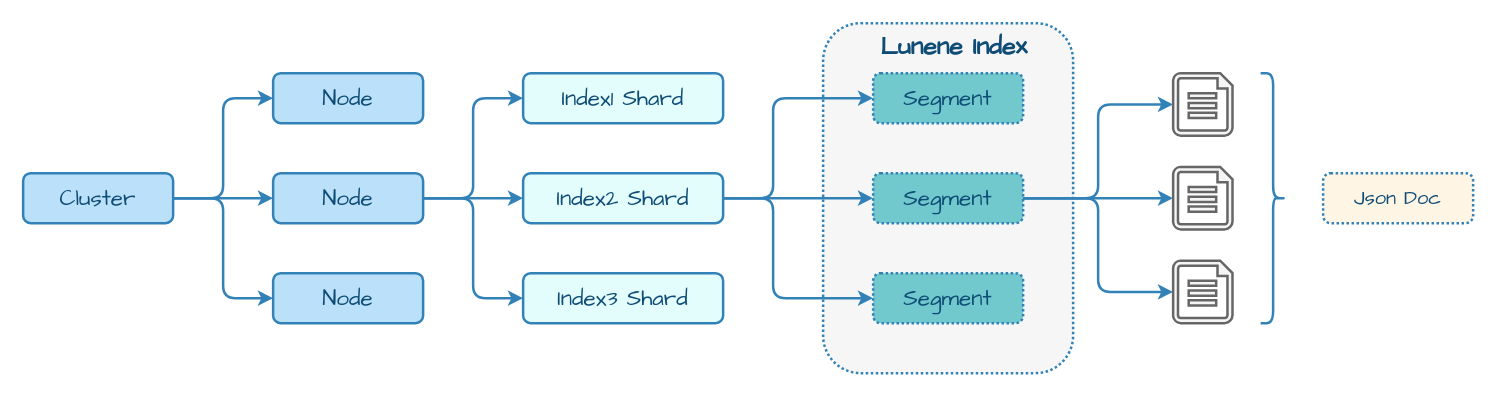
dunwu/waterdrop keeps this draw.io diagram as page "物理存储" (2 of 4) of assets/数据库/搜索引擎数据库/Elasticsearch_存储.drawio. Above is the earlier version. Source tidied: cells renumbered, new cells numbered last; positions are measured from the earlier drawing's top-left corner, leaving out a move shared by most shapes. Both pictures are drawn from the tidied source at 125%, with x=0, y=0 at pixel (22, 22).
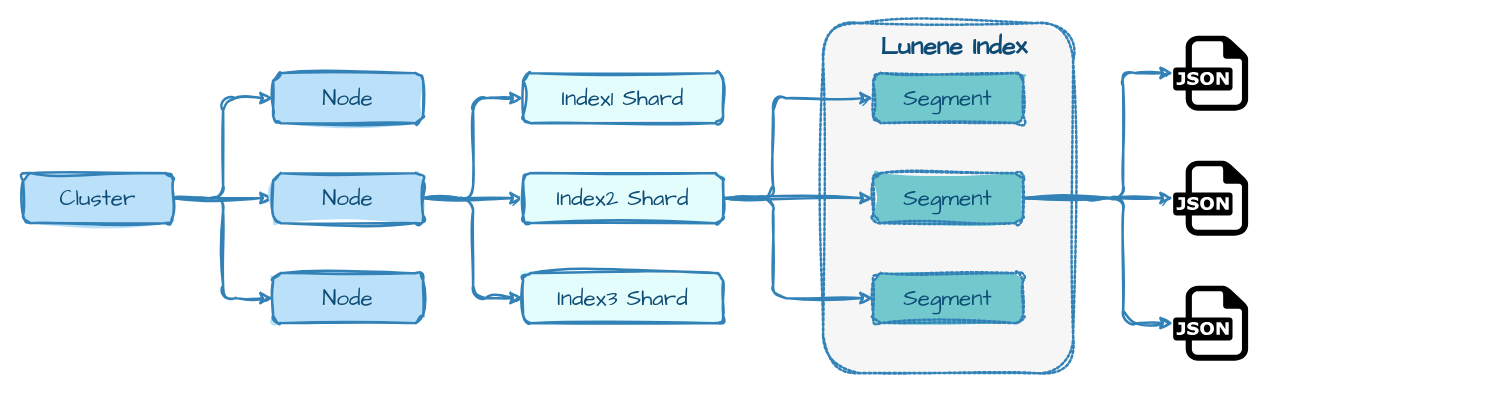
The same diagram, later.

Change to the diagram source:
```diff
@@
-    <mxCell id="2" value="Lunene Index" style="rounded=1;whiteSpace=wrap;html=1;strokeColor=#3282B8;fillColor=#F6F6F6;fontFamily=Comic Sans MS;fontStyle=1;fontColor=#0F4C75;shadow=0;fontSize=20;strokeWidth=2;dashed=1;dashPattern=1 1;align=center;verticalAlign=top;spacingLeft=10;" parent="1" vertex="1">
+    <mxCell id="2" value="Lunene Index" style="rounded=1;whiteSpace=wrap;html=1;strokeColor=#3282B8;fillColor=#F6F6F6;fontFamily=Comic Sans MS;fontStyle=1;fontColor=#0F4C75;shadow=0;fontSize=20;strokeWidth=2;dashed=1;dashPattern=1 1;align=center;verticalAlign=top;spacingLeft=10;sketch=1;curveFitting=1;jiggle=2;fillStyle=solid;" parent="1" vertex="1">
       <mxGeometry x="640" width="200" height="280" as="geometry" />
     </mxCell>
-    <mxCell id="3" style="edgeStyle=orthogonalEdgeStyle;shape=connector;rounded=1;jettySize=auto;html=1;labelBackgroundColor=default;strokeColor=#3282B8;strokeWidth=2;align=center;verticalAlign=middle;fontFamily=Comic Sans MS;fontSize=18;fontColor=#0F4C75;endArrow=classic;" parent="1" edge="1" source="6" target="12">
+    <mxCell id="3" style="edgeStyle=orthogonalEdgeStyle;shape=connector;rounded=1;jettySize=auto;html=1;labelBackgroundColor=default;strokeColor=#3282B8;strokeWidth=2;align=center;verticalAlign=middle;fontFamily=Comic Sans MS;fontSize=18;fontColor=#0F4C75;endArrow=classic;sketch=1;curveFitting=1;jiggle=2;" parent="1" edge="1" source="6" target="12">
       <mxGeometry relative="1" as="geometry" />
     </mxCell>
-    <mxCell id="4" style="edgeStyle=orthogonalEdgeStyle;shape=connector;rounded=1;jettySize=auto;html=1;entryX=0;entryY=0.5;entryDx=0;entryDy=0;labelBackgroundColor=default;strokeColor=#3282B8;strokeWidth=2;align=center;verticalAlign=middle;fontFamily=Comic Sans MS;fontSize=18;fontColor=#0F4C75;endArrow=classic;" parent="1" edge="1" source="6" target="14">
+    <mxCell id="4" style="edgeStyle=orthogonalEdgeStyle;shape=connector;rounded=1;jettySize=auto;html=1;entryX=0;entryY=0.5;entryDx=0;entryDy=0;labelBackgroundColor=default;strokeColor=#3282B8;strokeWidth=2;align=center;verticalAlign=middle;fontFamily=Comic Sans MS;fontSize=18;fontColor=#0F4C75;endArrow=classic;sketch=1;curveFitting=1;jiggle=2;" parent="1" edge="1" source="6" target="14">
       <mxGeometry relative="1" as="geometry" />
     </mxCell>
-    <mxCell id="5" style="edgeStyle=orthogonalEdgeStyle;shape=connector;rounded=1;jettySize=auto;html=1;entryX=0;entryY=0.5;entryDx=0;entryDy=0;labelBackgroundColor=default;strokeColor=#3282B8;strokeWidth=2;align=center;verticalAlign=middle;fontFamily=Comic Sans MS;fontSize=18;fontColor=#0F4C75;endArrow=classic;" parent="1" edge="1" source="6" target="13">
+    <mxCell id="5" style="edgeStyle=orthogonalEdgeStyle;shape=connector;rounded=1;jettySize=auto;html=1;entryX=0;entryY=0.5;entryDx=0;entryDy=0;labelBackgroundColor=default;strokeColor=#3282B8;strokeWidth=2;align=center;verticalAlign=middle;fontFamily=Comic Sans MS;fontSize=18;fontColor=#0F4C75;endArrow=classic;sketch=1;curveFitting=1;jiggle=2;" parent="1" edge="1" source="6" target="13">
       <mxGeometry relative="1" as="geometry" />
     </mxCell>
-    <mxCell id="6" value="Cluster" style="rounded=1;whiteSpace=wrap;html=1;shadow=0;strokeColor=#3282B8;strokeWidth=2;align=center;verticalAlign=middle;fontFamily=Comic Sans MS;fontSize=18;fontColor=#0F4C75;fillColor=#BBE1FA;" parent="1" vertex="1">
+    <mxCell id="6" value="Cluster" style="rounded=1;whiteSpace=wrap;html=1;shadow=0;strokeColor=#3282B8;strokeWidth=2;align=center;verticalAlign=middle;fontFamily=Comic Sans MS;fontSize=18;fontColor=#0F4C75;fillColor=#BBE1FA;sketch=1;curveFitting=1;jiggle=2;fillStyle=solid;" parent="1" vertex="1">
       <mxGeometry y="120" width="120" height="40" as="geometry" />
     </mxCell>
-    <mxCell id="7" style="edgeStyle=orthogonalEdgeStyle;shape=connector;rounded=1;jettySize=auto;html=1;entryX=0;entryY=0.5;entryDx=0;entryDy=0;labelBackgroundColor=default;strokeColor=#3282B8;strokeWidth=2;align=center;verticalAlign=middle;fontFamily=Comic Sans MS;fontSize=18;fontColor=#0F4C75;endArrow=classic;" parent="1" edge="1" source="17" target="21">
+    <mxCell id="7" style="edgeStyle=orthogonalEdgeStyle;shape=connector;rounded=1;jettySize=auto;html=1;entryX=0;entryY=0.5;entryDx=0;entryDy=0;labelBackgroundColor=default;strokeColor=#3282B8;strokeWidth=2;align=center;verticalAlign=middle;fontFamily=Comic Sans MS;fontSize=18;fontColor=#0F4C75;endArrow=classic;sketch=1;curveFitting=1;jiggle=2;" parent="1" edge="1" source="17" target="21">
       <mxGeometry relative="1" as="geometry">
         <Array as="points">
           <mxPoint x="600" y="140" />
           <mxPoint x="600" y="60" />
         </Array>
       </mxGeometry>
     </mxCell>
-    <mxCell id="8" value="Index1 Shard" style="rounded=1;whiteSpace=wrap;html=1;shadow=0;strokeColor=#3282B8;strokeWidth=2;align=center;verticalAlign=middle;spacing=20;fontFamily=Comic Sans MS;fontSize=18;fontColor=#0F4C75;fillColor=#E3FDFD;" parent="1" vertex="1">
+    <mxCell id="8" value="Index1 Shard" style="rounded=1;whiteSpace=wrap;html=1;shadow=0;strokeColor=#3282B8;strokeWidth=2;align=center;verticalAlign=middle;spacing=20;fontFamily=Comic Sans MS;fontSize=18;fontColor=#0F4C75;fillColor=#E3FDFD;sketch=1;curveFitting=1;jiggle=2;fillStyle=solid;" parent="1" vertex="1">
       <mxGeometry x="400" y="40" width="160" height="40" as="geometry" />
     </mxCell>
-    <mxCell id="9" style="edgeStyle=orthogonalEdgeStyle;shape=connector;rounded=1;jettySize=auto;html=1;entryX=0;entryY=0.5;entryDx=0;entryDy=0;labelBackgroundColor=default;strokeColor=#3282B8;strokeWidth=2;align=center;verticalAlign=middle;fontFamily=Comic Sans MS;fontSize=18;fontColor=#0F4C75;endArrow=classic;" parent="1" edge="1" source="12" target="8">
+    <mxCell id="9" style="edgeStyle=orthogonalEdgeStyle;shape=connector;rounded=1;jettySize=auto;html=1;entryX=0;entryY=0.5;entryDx=0;entryDy=0;labelBackgroundColor=default;strokeColor=#3282B8;strokeWidth=2;align=center;verticalAlign=middle;fontFamily=Comic Sans MS;fontSize=18;fontColor=#0F4C75;endArrow=classic;sketch=1;curveFitting=1;jiggle=2;" parent="1" edge="1" source="12" target="8">
       <mxGeometry relative="1" as="geometry" />
     </mxCell>
-    <mxCell id="10" style="edgeStyle=orthogonalEdgeStyle;shape=connector;rounded=1;jettySize=auto;html=1;entryX=0;entryY=0.5;entryDx=0;entryDy=0;labelBackgroundColor=default;strokeColor=#3282B8;strokeWidth=2;align=center;verticalAlign=middle;fontFamily=Comic Sans MS;fontSize=18;fontColor=#0F4C75;endArrow=classic;" parent="1" edge="1" source="12" target="18">
+    <mxCell id="10" style="edgeStyle=orthogonalEdgeStyle;shape=connector;rounded=1;jettySize=auto;html=1;entryX=0;entryY=0.5;entryDx=0;entryDy=0;labelBackgroundColor=default;strokeColor=#3282B8;strokeWidth=2;align=center;verticalAlign=middle;fontFamily=Comic Sans MS;fontSize=18;fontColor=#0F4C75;endArrow=classic;sketch=1;curveFitting=1;jiggle=2;" parent="1" edge="1" source="12" target="18">
       <mxGeometry relative="1" as="geometry" />
     </mxCell>
-    <mxCell id="11" style="edgeStyle=orthogonalEdgeStyle;shape=connector;rounded=1;jettySize=auto;html=1;entryX=0;entryY=0.5;entryDx=0;entryDy=0;labelBackgroundColor=default;strokeColor=#3282B8;strokeWidth=2;align=center;verticalAlign=middle;fontFamily=Comic Sans MS;fontSize=18;fontColor=#0F4C75;endArrow=classic;" parent="1" edge="1" source="12" target="17">
+    <mxCell id="11" style="edgeStyle=orthogonalEdgeStyle;shape=connector;rounded=1;jettySize=auto;html=1;entryX=0;entryY=0.5;entryDx=0;entryDy=0;labelBackgroundColor=default;strokeColor=#3282B8;strokeWidth=2;align=center;verticalAlign=middle;fontFamily=Comic Sans MS;fontSize=18;fontColor=#0F4C75;endArrow=classic;sketch=1;curveFitting=1;jiggle=2;" parent="1" edge="1" source="12" target="17">
       <mxGeometry relative="1" as="geometry" />
     </mxCell>
-    <mxCell id="12" value="Node" style="rounded=1;whiteSpace=wrap;html=1;shadow=0;strokeColor=#3282B8;strokeWidth=2;align=center;verticalAlign=middle;fontFamily=Comic Sans MS;fontSize=18;fontColor=#0F4C75;fillColor=#BBE1FA;" parent="1" vertex="1">
+    <mxCell id="12" value="Node" style="rounded=1;whiteSpace=wrap;html=1;shadow=0;strokeColor=#3282B8;strokeWidth=2;align=center;verticalAlign=middle;fontFamily=Comic Sans MS;fontSize=18;fontColor=#0F4C75;fillColor=#BBE1FA;sketch=1;curveFitting=1;jiggle=2;fillStyle=solid;" parent="1" vertex="1">
       <mxGeometry x="200" y="120" width="120" height="40" as="geometry" />
     </mxCell>
-    <mxCell id="13" value="Node" style="rounded=1;whiteSpace=wrap;html=1;shadow=0;strokeColor=#3282B8;strokeWidth=2;align=center;verticalAlign=middle;fontFamily=Comic Sans MS;fontSize=18;fontColor=#0F4C75;fillColor=#BBE1FA;" parent="1" vertex="1">
+    <mxCell id="13" value="Node" style="rounded=1;whiteSpace=wrap;html=1;shadow=0;strokeColor=#3282B8;strokeWidth=2;align=center;verticalAlign=middle;fontFamily=Comic Sans MS;fontSize=18;fontColor=#0F4C75;fillColor=#BBE1FA;sketch=1;curveFitting=1;jiggle=2;fillStyle=solid;" parent="1" vertex="1">
       <mxGeometry x="200" y="200" width="120" height="40" as="geometry" />
     </mxCell>
-    <mxCell id="14" value="Node" style="rounded=1;whiteSpace=wrap;html=1;shadow=0;strokeColor=#3282B8;strokeWidth=2;align=center;verticalAlign=middle;fontFamily=Comic Sans MS;fontSize=18;fontColor=#0F4C75;fillColor=#BBE1FA;" parent="1" vertex="1">
+    <mxCell id="14" value="Node" style="rounded=1;whiteSpace=wrap;html=1;shadow=0;strokeColor=#3282B8;strokeWidth=2;align=center;verticalAlign=middle;fontFamily=Comic Sans MS;fontSize=18;fontColor=#0F4C75;fillColor=#BBE1FA;sketch=1;curveFitting=1;jiggle=2;fillStyle=solid;" parent="1" vertex="1">
       <mxGeometry x="200" y="40" width="120" height="40" as="geometry" />
     </mxCell>
-    <mxCell id="15" style="edgeStyle=orthogonalEdgeStyle;shape=connector;rounded=1;jettySize=auto;html=1;entryX=0;entryY=0.5;entryDx=0;entryDy=0;labelBackgroundColor=default;strokeColor=#3282B8;strokeWidth=2;align=center;verticalAlign=middle;fontFamily=Comic Sans MS;fontSize=18;fontColor=#0F4C75;endArrow=classic;" parent="1" edge="1" source="17" target="20">
+    <mxCell id="15" style="edgeStyle=orthogonalEdgeStyle;shape=connector;rounded=1;jettySize=auto;html=1;entryX=0;entryY=0.5;entryDx=0;entryDy=0;labelBackgroundColor=default;strokeColor=#3282B8;strokeWidth=2;align=center;verticalAlign=middle;fontFamily=Comic Sans MS;fontSize=18;fontColor=#0F4C75;endArrow=classic;sketch=1;curveFitting=1;jiggle=2;" parent="1" edge="1" source="17" target="20">
       <mxGeometry relative="1" as="geometry" />
     </mxCell>
-    <mxCell id="16" style="edgeStyle=orthogonalEdgeStyle;shape=connector;rounded=1;jettySize=auto;html=1;entryX=0;entryY=0.5;entryDx=0;entryDy=0;labelBackgroundColor=default;strokeColor=#3282B8;strokeWidth=2;align=center;verticalAlign=middle;fontFamily=Comic Sans MS;fontSize=18;fontColor=#0F4C75;endArrow=classic;" parent="1" edge="1" source="17" target="19">
+    <mxCell id="16" style="edgeStyle=orthogonalEdgeStyle;shape=connector;rounded=1;jettySize=auto;html=1;entryX=0;entryY=0.5;entryDx=0;entryDy=0;labelBackgroundColor=default;strokeColor=#3282B8;strokeWidth=2;align=center;verticalAlign=middle;fontFamily=Comic Sans MS;fontSize=18;fontColor=#0F4C75;endArrow=classic;sketch=1;curveFitting=1;jiggle=2;" parent="1" edge="1" source="17" target="19">
       <mxGeometry relative="1" as="geometry">
         <Array as="points">
           <mxPoint x="600" y="140" />
           <mxPoint x="600" y="220" />
         </Array>
       </mxGeometry>
     </mxCell>
-    <mxCell id="17" value="Index2 Shard" style="rounded=1;whiteSpace=wrap;html=1;shadow=0;strokeColor=#3282B8;strokeWidth=2;align=center;verticalAlign=middle;spacing=20;fontFamily=Comic Sans MS;fontSize=18;fontColor=#0F4C75;fillColor=#E3FDFD;" parent="1" vertex="1">
+    <mxCell id="17" value="Index2 Shard" style="rounded=1;whiteSpace=wrap;html=1;shadow=0;strokeColor=#3282B8;strokeWidth=2;align=center;verticalAlign=middle;spacing=20;fontFamily=Comic Sans MS;fontSize=18;fontColor=#0F4C75;fillColor=#E3FDFD;sketch=1;curveFitting=1;jiggle=2;fillStyle=solid;" parent="1" vertex="1">
       <mxGeometry x="400" y="120" width="160" height="40" as="geometry" />
     </mxCell>
-    <mxCell id="18" value="Index3 Shard" style="rounded=1;whiteSpace=wrap;html=1;shadow=0;strokeColor=#3282B8;strokeWidth=2;align=center;verticalAlign=middle;spacing=20;fontFamily=Comic Sans MS;fontSize=18;fontColor=#0F4C75;fillColor=#E3FDFD;" parent="1" vertex="1">
+    <mxCell id="18" value="Index3 Shard" style="rounded=1;whiteSpace=wrap;html=1;shadow=0;strokeColor=#3282B8;strokeWidth=2;align=center;verticalAlign=middle;spacing=20;fontFamily=Comic Sans MS;fontSize=18;fontColor=#0F4C75;fillColor=#E3FDFD;sketch=1;curveFitting=1;jiggle=2;fillStyle=solid;" parent="1" vertex="1">
       <mxGeometry x="400" y="200" width="160" height="40" as="geometry" />
     </mxCell>
-    <mxCell id="19" value="Segment" style="rounded=1;whiteSpace=wrap;html=1;shadow=0;strokeColor=#3282B8;strokeWidth=2;align=center;verticalAlign=middle;spacing=20;fontFamily=Comic Sans MS;fontSize=18;fontColor=#0F4C75;fillColor=#71C9CE;dashed=1;dashPattern=1 1;" parent="1" vertex="1">
+    <mxCell id="19" value="Segment" style="rounded=1;whiteSpace=wrap;html=1;shadow=0;strokeColor=#3282B8;strokeWidth=2;align=center;verticalAlign=middle;spacing=20;fontFamily=Comic Sans MS;fontSize=18;fontColor=#0F4C75;fillColor=#71C9CE;dashed=1;dashPattern=1 1;sketch=1;curveFitting=1;jiggle=2;fillStyle=solid;" parent="1" vertex="1">
       <mxGeometry x="680" y="200" width="120" height="40" as="geometry" />
     </mxCell>
-    <mxCell id="20" value="Segment" style="rounded=1;whiteSpace=wrap;html=1;shadow=0;strokeColor=#3282B8;strokeWidth=2;align=center;verticalAlign=middle;spacing=20;fontFamily=Comic Sans MS;fontSize=18;fontColor=#0F4C75;fillColor=#71C9CE;dashed=1;dashPattern=1 1;" parent="1" vertex="1">
+    <mxCell id="20" value="Segment" style="rounded=1;whiteSpace=wrap;html=1;shadow=0;strokeColor=#3282B8;strokeWidth=2;align=center;verticalAlign=middle;spacing=20;fontFamily=Comic Sans MS;fontSize=18;fontColor=#0F4C75;fillColor=#71C9CE;dashed=1;dashPattern=1 1;sketch=1;curveFitting=1;jiggle=2;fillStyle=solid;" parent="1" vertex="1">
       <mxGeometry x="680" y="120" width="120" height="40" as="geometry" />
     </mxCell>
-    <mxCell id="21" value="Segment" style="rounded=1;whiteSpace=wrap;html=1;shadow=0;strokeColor=#3282B8;strokeWidth=2;align=center;verticalAlign=middle;spacing=20;fontFamily=Comic Sans MS;fontSize=18;fontColor=#0F4C75;fillColor=#71C9CE;dashed=1;dashPattern=1 1;" parent="1" vertex="1">
+    <mxCell id="21" value="Segment" style="rounded=1;whiteSpace=wrap;html=1;shadow=0;strokeColor=#3282B8;strokeWidth=2;align=center;verticalAlign=middle;spacing=20;fontFamily=Comic Sans MS;fontSize=18;fontColor=#0F4C75;fillColor=#71C9CE;dashed=1;dashPattern=1 1;sketch=1;curveFitting=1;jiggle=2;fillStyle=solid;" parent="1" vertex="1">
       <mxGeometry x="680" y="40" width="120" height="40" as="geometry" />
     </mxCell>
-    <mxCell id="22" style="edgeStyle=orthogonalEdgeStyle;shape=connector;rounded=1;jettySize=auto;html=1;entryX=0;entryY=0.5;entryDx=0;entryDy=0;entryPerimeter=0;labelBackgroundColor=default;strokeColor=#3282B8;strokeWidth=2;align=center;verticalAlign=middle;fontFamily=Comic Sans MS;fontSize=18;fontColor=#0F4C75;endArrow=classic;" parent="1" edge="1" source="20" target="28">
-      <mxGeometry relative="1" as="geometry" />
+    <mxCell id="22" style="edgeStyle=orthogonalEdgeStyle;shape=connector;rounded=1;jettySize=auto;html=1;entryX=0;entryY=0.5;entryDx=0;entryDy=0;entryPerimeter=0;labelBackgroundColor=default;strokeColor=#3282B8;strokeWidth=2;align=center;verticalAlign=middle;fontFamily=Comic Sans MS;fontSize=18;fontColor=#0F4C75;endArrow=classic;sketch=1;curveFitting=1;jiggle=2;" parent="1" edge="1" source="20">
+      <mxGeometry relative="1" as="geometry">
+        <mxPoint x="920" y="140" as="targetPoint" />
+      </mxGeometry>
     </mxCell>
-    <mxCell id="23" style="edgeStyle=orthogonalEdgeStyle;shape=connector;rounded=1;jettySize=auto;html=1;entryX=0;entryY=0.5;entryDx=0;entryDy=0;entryPerimeter=0;labelBackgroundColor=default;strokeColor=#3282B8;strokeWidth=2;align=center;verticalAlign=middle;fontFamily=Comic Sans MS;fontSize=18;fontColor=#0F4C75;endArrow=classic;" parent="1" edge="1" source="20" target="27">
-      <mxGeometry relative="1" as="geometry" />
+    <mxCell id="23" style="edgeStyle=orthogonalEdgeStyle;shape=connector;rounded=1;jettySize=auto;html=1;labelBackgroundColor=default;strokeColor=#3282B8;strokeWidth=2;align=center;verticalAlign=middle;fontFamily=Comic Sans MS;fontSize=18;fontColor=#0F4C75;endArrow=classic;sketch=1;curveFitting=1;jiggle=2;" parent="1" edge="1" source="20" target="30">
+      <mxGeometry relative="1" as="geometry">
+        <Array as="points">
+          <mxPoint x="880" y="140" />
+          <mxPoint x="880" y="40" />
+        </Array>
+      </mxGeometry>
     </mxCell>
-    <mxCell id="24" style="edgeStyle=orthogonalEdgeStyle;shape=connector;rounded=1;jettySize=auto;html=1;entryX=0;entryY=0.5;entryDx=0;entryDy=0;entryPerimeter=0;labelBackgroundColor=default;strokeColor=#3282B8;strokeWidth=2;align=center;verticalAlign=middle;fontFamily=Comic Sans MS;fontSize=18;fontColor=#0F4C75;endArrow=classic;" parent="1" edge="1" source="20" target="29">
-      <mxGeometry relative="1" as="geometry" />
+    <mxCell id="24" style="edgeStyle=orthogonalEdgeStyle;shape=connector;rounded=1;jettySize=auto;html=1;labelBackgroundColor=default;strokeColor=#3282B8;strokeWidth=2;align=center;verticalAlign=middle;fontFamily=Comic Sans MS;fontSize=18;fontColor=#0F4C75;endArrow=classic;sketch=1;curveFitting=1;jiggle=2;" parent="1" edge="1" source="20" target="32">
+      <mxGeometry relative="1" as="geometry">
+        <Array as="points">
+          <mxPoint x="880" y="140" />
+          <mxPoint x="880" y="240" />
+        </Array>
+      </mxGeometry>
     </mxCell>
-    <mxCell id="25" style="shape=curlyBracket;whiteSpace=wrap;html=1;rounded=1;flipH=1;labelPosition=right;verticalLabelPosition=middle;align=left;verticalAlign=middle;shadow=0;dashed=0;strokeColor=#3282B8;strokeWidth=2;fontFamily=Comic Sans MS;fontSize=18;fontColor=#0F4C75;fillColor=#FFF5E4;" parent="1" vertex="1">
-      <mxGeometry x="990" y="40" width="20" height="200" as="geometry" />
-    </mxCell>
-    <mxCell id="26" value="Json Doc" style="rounded=1;whiteSpace=wrap;html=1;shadow=0;strokeColor=#3282B8;strokeWidth=2;align=center;verticalAlign=middle;spacing=20;fontFamily=Comic Sans MS;fontSize=16;fontColor=#0F4C75;fillColor=#FFF5E4;fontStyle=0;dashed=1;dashPattern=1 1;" parent="1" vertex="1">
-      <mxGeometry x="1040" y="120" width="120" height="40" as="geometry" />
-    </mxCell>
-    <mxCell id="27" style="verticalLabelPosition=bottom;html=1;verticalAlign=top;align=center;strokeColor=#666666;fillColor=#f5f5f5;shape=mxgraph.azure.cloud_services_configuration_file;rounded=1;shadow=0;dashed=0;strokeWidth=2;fontFamily=Comic Sans MS;fontSize=18;fontColor=#333333;" parent="1" vertex="1">
-      <mxGeometry x="920" y="40" width="47.5" height="50" as="geometry" />
-    </mxCell>
-    <mxCell id="28" style="verticalLabelPosition=bottom;html=1;verticalAlign=top;align=center;strokeColor=#666666;fillColor=#f5f5f5;shape=mxgraph.azure.cloud_services_configuration_file;rounded=1;shadow=0;dashed=0;strokeWidth=2;fontFamily=Comic Sans MS;fontSize=18;fontColor=#333333;" parent="1" vertex="1">
-      <mxGeometry x="920" y="115" width="47.5" height="50" as="geometry" />
-    </mxCell>
-    <mxCell id="29" style="verticalLabelPosition=bottom;html=1;verticalAlign=top;align=center;strokeColor=#666666;fillColor=#f5f5f5;shape=mxgraph.azure.cloud_services_configuration_file;rounded=1;shadow=0;dashed=0;strokeWidth=2;fontFamily=Comic Sans MS;fontSize=18;fontColor=#333333;" parent="1" vertex="1">
-      <mxGeometry x="920" y="190" width="47.5" height="50" as="geometry" />
-    </mxCell>
+    <mxCell id="30" style="dashed=0;outlineConnect=0;html=1;align=center;labelPosition=center;verticalLabelPosition=bottom;verticalAlign=top;shape=mxgraph.weblogos.json;hachureGap=4;fontFamily=Architects Daughter;strokeColor=#3399FF;" parent="1" vertex="1">
+      <mxGeometry x="920" y="10" width="60" height="60" as="geometry" />
+    </mxCell>
+    <mxCell id="31" style="dashed=0;html=1;align=center;labelPosition=center;verticalLabelPosition=bottom;verticalAlign=top;shape=mxgraph.weblogos.json;hachureGap=4;fontFamily=Architects Daughter;" parent="1" vertex="1">
+      <mxGeometry x="920" y="110" width="60" height="60" as="geometry" />
+    </mxCell>
+    <mxCell id="32" style="dashed=0;outlineConnect=0;html=1;align=center;labelPosition=center;verticalLabelPosition=bottom;verticalAlign=top;shape=mxgraph.weblogos.json;hachureGap=4;fontFamily=Architects Daughter;" parent="1" vertex="1">
+      <mxGeometry x="920" y="210" width="60" height="60" as="geometry" />
+    </mxCell>
```
